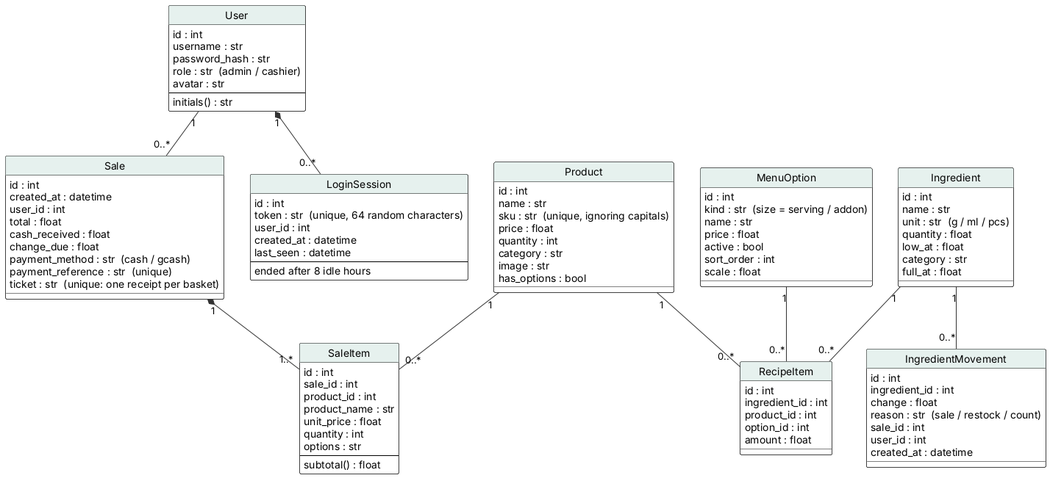
The PlantUML diagram diagrams/uml/19_class_model.png in JmlAsync/inventory-pos-system, before a commit.
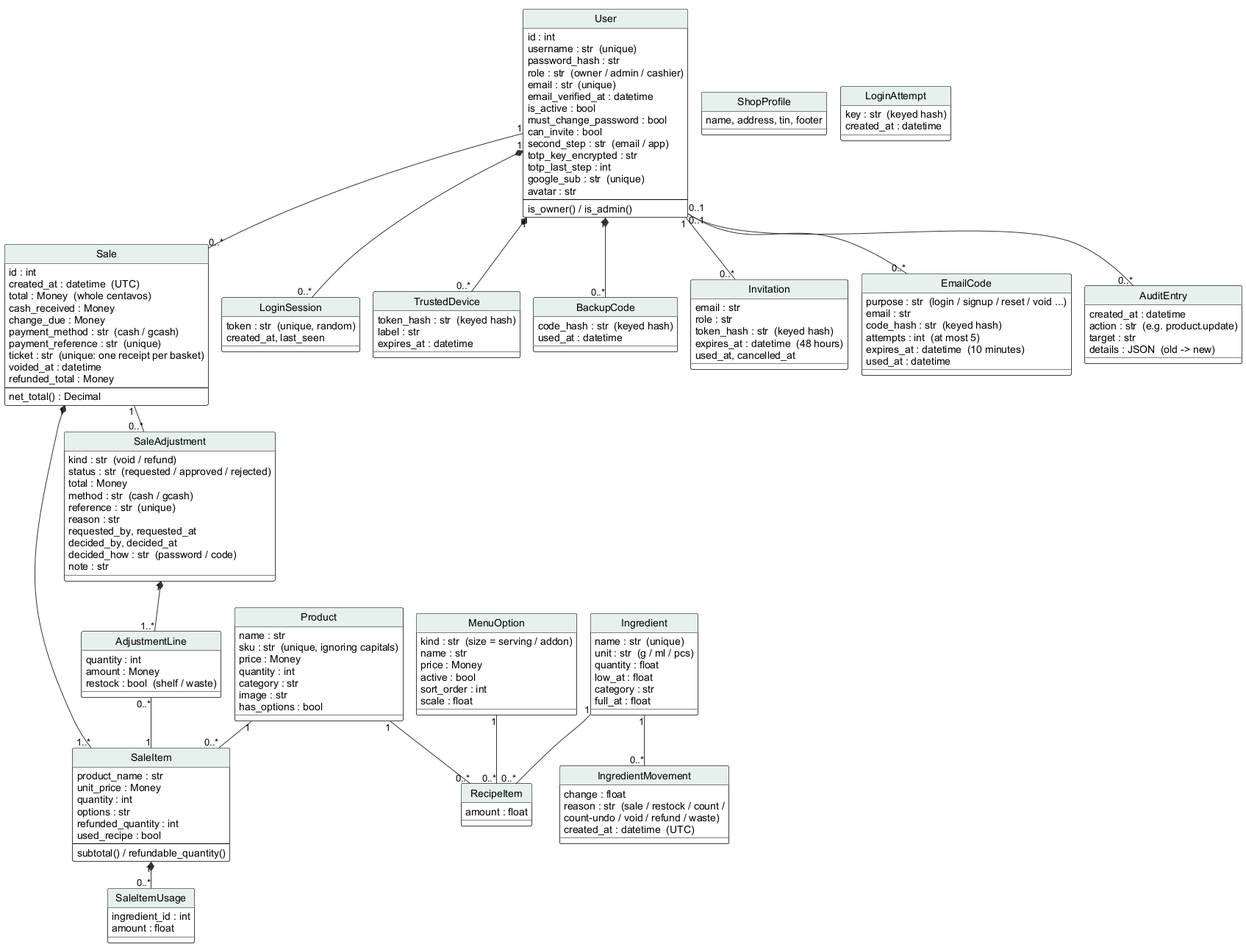
After the commit.

The edit, as a diff of the source:
```diff
@@ -1,4 +1,5 @@
 @startuml
+!pragma layout smetana
 skinparam defaultFontName Arial
 skinparam shadowing false
 skinparam ArrowColor #333333
@@ -39,57 +40,86 @@
 
 class User {
   id : int
-  username : str
+  {field} username : str  (unique)
   password_hash : str
-  {field} role : str  (admin / cashier)
+  {field} role : str  (owner / admin / cashier)
+  {field} email : str  (unique)
+  email_verified_at : datetime
+  is_active : bool
+  must_change_password : bool
+  can_invite : bool
+  {field} second_step : str  (email / app)
+  totp_key_encrypted : str
+  totp_last_step : int
+  {field} google_sub : str  (unique)
   avatar : str
   --
-  initials() : str
+  is_owner() / is_admin()
+}
+class Sale {
+  id : int
+  {field} created_at : datetime  (UTC)
+  {field} total : Money  (whole centavos)
+  cash_received : Money
+  change_due : Money
+  {field} payment_method : str  (cash / gcash)
+  {field} payment_reference : str  (unique)
+  {field} ticket : str  (unique: one receipt per basket)
+  voided_at : datetime
+  refunded_total : Money
+  --
+  net_total() : Decimal
+}
+class SaleItem {
+  product_name : str
+  unit_price : Money
+  quantity : int
+  options : str
+  refunded_quantity : int
+  used_recipe : bool
+  --
+  subtotal() / refundable_quantity()
+}
+class SaleItemUsage {
+  ingredient_id : int
+  amount : float
+}
+class SaleAdjustment {
+  {field} kind : str  (void / refund)
+  {field} status : str  (requested / approved / rejected)
+  total : Money
+  {field} method : str  (cash / gcash)
+  {field} reference : str  (unique)
+  reason : str
+  requested_by, requested_at
+  decided_by, decided_at
+  {field} decided_how : str  (password / code)
+  note : str
+}
+class AdjustmentLine {
+  quantity : int
+  amount : Money
+  {field} restock : bool  (shelf / waste)
 }
 class Product {
-  id : int
   name : str
   {field} sku : str  (unique, ignoring capitals)
-  price : float
+  price : Money
   quantity : int
   category : str
   image : str
   has_options : bool
 }
-class Sale {
-  id : int
-  created_at : datetime
-  user_id : int
-  total : float
-  cash_received : float
-  change_due : float
-  {field} payment_method : str  (cash / gcash)
-  {field} payment_reference : str  (unique)
-  {field} ticket : str  (unique: one receipt per basket)
-}
-class SaleItem {
-  id : int
-  sale_id : int
-  product_id : int
-  product_name : str
-  unit_price : float
-  quantity : int
-  options : str
-  --
-  subtotal() : float
-}
 class MenuOption {
-  id : int
   {field} kind : str  (size = serving / addon)
   name : str
-  price : float
+  price : Money
   active : bool
   sort_order : int
   scale : float
 }
 class Ingredient {
-  id : int
-  name : str
+  {field} name : str  (unique)
   {field} unit : str  (g / ml / pcs)
   quantity : float
   low_at : float
@@ -97,36 +127,69 @@
   full_at : float
 }
 class RecipeItem {
-  id : int
-  ingredient_id : int
-  product_id : int
-  option_id : int
   amount : float
 }
 class IngredientMovement {
-  id : int
-  ingredient_id : int
   change : float
-  {field} reason : str  (sale / restock / count)
-  sale_id : int
-  user_id : int
-  created_at : datetime
+  {field} reason : str  (sale / restock / count /\ncount-undo / void / refund / waste)
+  {field} created_at : datetime  (UTC)
 }
 class LoginSession {
-  id : int
-  {field} token : str  (unique, 64 random characters)
-  user_id : int
+  {field} token : str  (unique, random)
+  created_at, last_seen
+}
+class TrustedDevice {
+  {field} token_hash : str  (keyed hash)
+  label : str
+  expires_at : datetime
+}
+class BackupCode {
+  {field} code_hash : str  (keyed hash)
+  used_at : datetime
+}
+class Invitation {
+  email : str
+  role : str
+  {field} token_hash : str  (keyed hash)
+  {field} expires_at : datetime  (48 hours)
+  used_at, cancelled_at
+}
+class EmailCode {
+  {field} purpose : str  (login / signup / reset / void ...)
+  email : str
+  {field} code_hash : str  (keyed hash)
+  {field} attempts : int  (at most 5)
+  {field} expires_at : datetime  (10 minutes)
+  used_at : datetime
+}
+class AuditEntry {
   created_at : datetime
-  last_seen : datetime
-  --
-  ended after 8 idle hours
+  {field} action : str  (e.g. product.update)
+  target : str
+  {field} details : JSON  (old -> new)
+}
+class ShopProfile {
+  name, address, tin, footer
+}
+class LoginAttempt {
+  {field} key : str  (keyed hash)
+  created_at : datetime
 }
 User "1" -- "0..*" Sale
 Sale "1" *-- "1..*" SaleItem
+SaleItem "1" *-- "0..*" SaleItemUsage
+Sale "1" -- "0..*" SaleAdjustment
+SaleAdjustment "1" *-- "1..*" AdjustmentLine
+AdjustmentLine "0..*" -- "1" SaleItem
 Product "1" -- "0..*" SaleItem
 Ingredient "1" -- "0..*" RecipeItem
 Product "1" -- "0..*" RecipeItem
 MenuOption "1" -- "0..*" RecipeItem
 Ingredient "1" -- "0..*" IngredientMovement
 User "1" *-- "0..*" LoginSession
+User "1" *-- "0..*" TrustedDevice
+User "1" *-- "0..*" BackupCode
+User "1" -- "0..*" Invitation
+User "0..1" -- "0..*" EmailCode
+User "0..1" -- "0..*" AuditEntry
 @enduml
```
